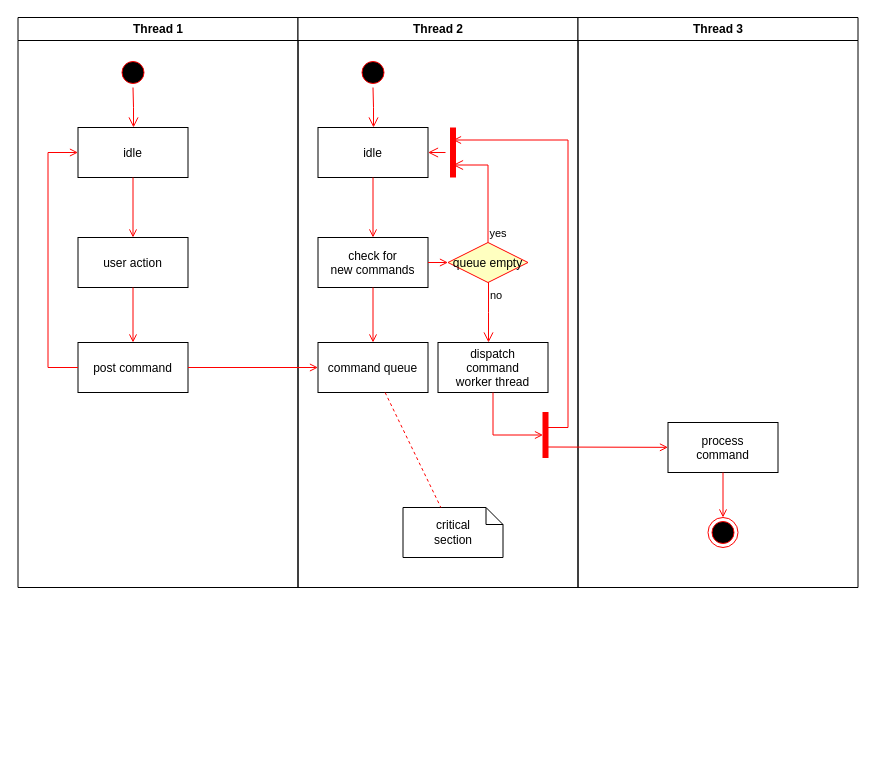
Before: 未命名绘图.drawio in Vinskao/discord, a draw.io diagram. Source tidied: cells renumbered, new cells numbered last; positions are measured from the earlier drawing's top-left corner, leaving out a move shared by most shapes. Both pictures are drawn from the tidied source at 100%, with x=0, y=0 at pixel (17, 17).
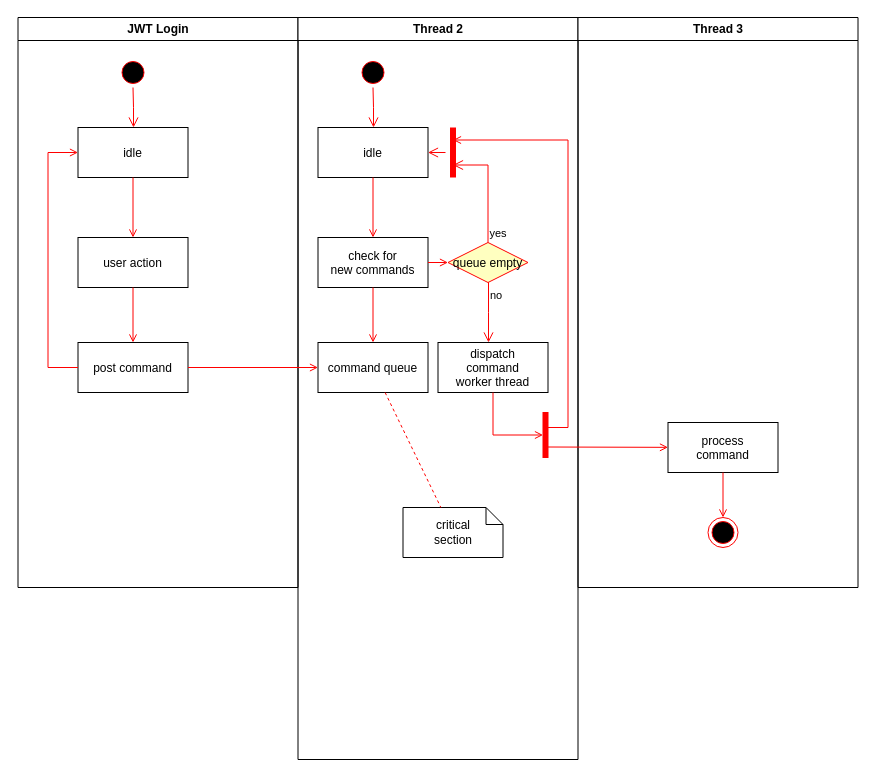
Above is the later version.

Change to the diagram source:
```diff
@@
-    <mxCell id="2" value="Thread 1" style="swimlane;whiteSpace=wrap;" parent="1" vertex="1">
+    <mxCell id="2" value="JWT Login" style="swimlane;whiteSpace=wrap;" parent="1" vertex="1">
       <mxGeometry x="0.5" width="280" height="570" as="geometry" />
     </mxCell>
@@
     <mxCell id="11" value="Thread 2" style="swimlane;whiteSpace=wrap;" parent="1" vertex="1">
-      <mxGeometry x="280.5" width="280" height="570" as="geometry" />
+      <mxGeometry x="280.5" width="280" height="742" as="geometry" />
     </mxCell>
```
